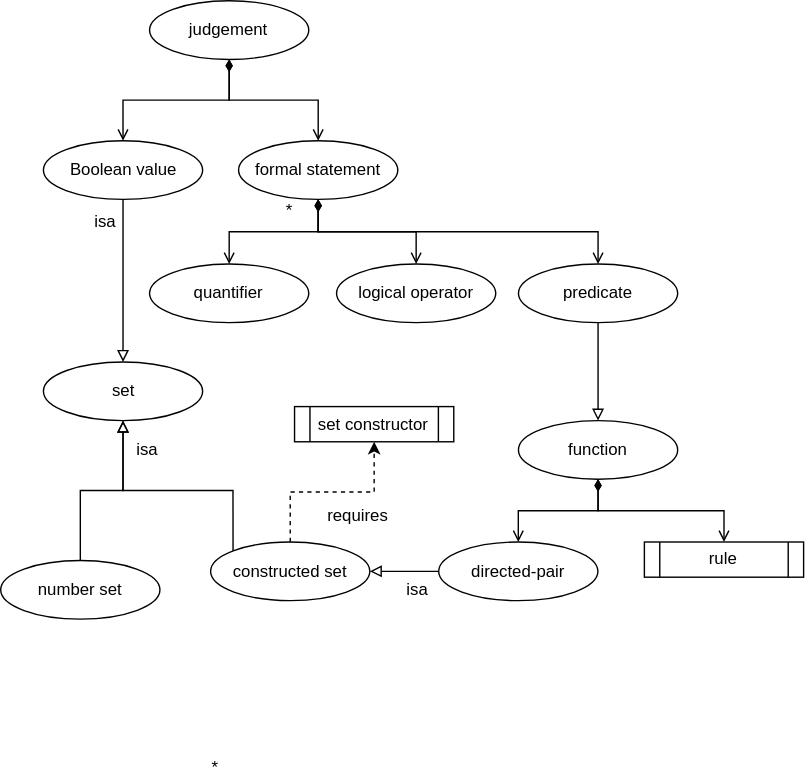
Before: app1/segPics/ontologyModel.drawio.svg, a diagram exported from draw.io (jpryan17/hobbyNotes). Source tidied: cells renumbered, new cells last; positions are measured from the earlier drawing's top-left corner, leaving out a move shared by most shapes.
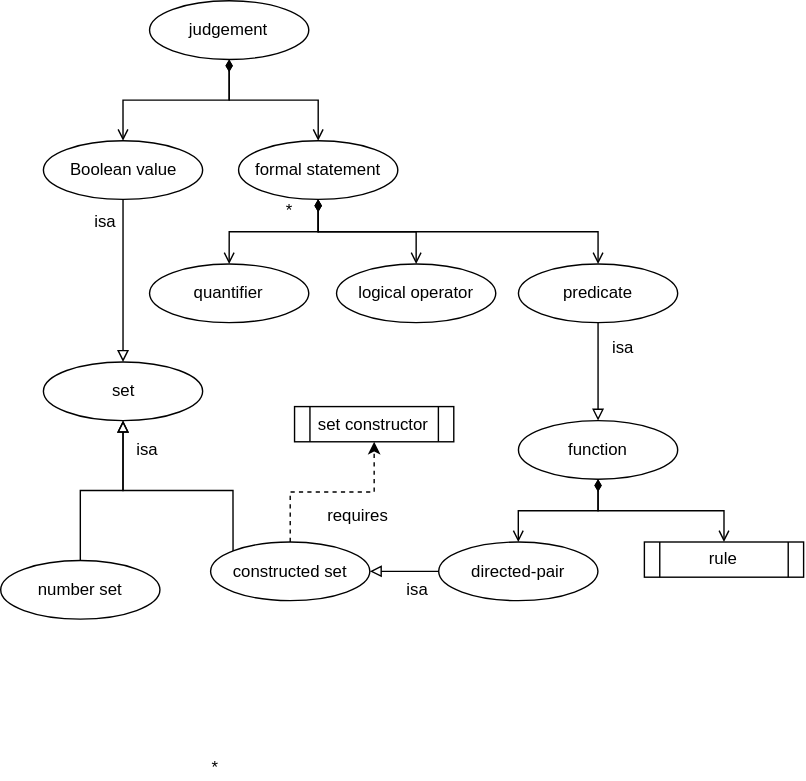
After the change.

The edit, as a diff of the source:
```diff
@@ -106,5 +106,8 @@
     <mxCell id="34" value="*" style="text;html=1;whiteSpace=wrap;strokeColor=none;fillColor=none;align=center;verticalAlign=middle;rounded=0;" parent="1" vertex="1">
       <mxGeometry x="197.3" y="141.9" width="19.3" height="16.8" as="geometry" />
     </mxCell>
+    <mxCell id="35" value="isa" style="text;html=1;whiteSpace=wrap;strokeColor=none;fillColor=none;align=center;verticalAlign=middle;rounded=0;" parent="1" vertex="1">
+      <mxGeometry x="430.2" y="240" width="29.8" height="16.8" as="geometry" />
+    </mxCell>
   </root>
 </mxGraphModel>
```
